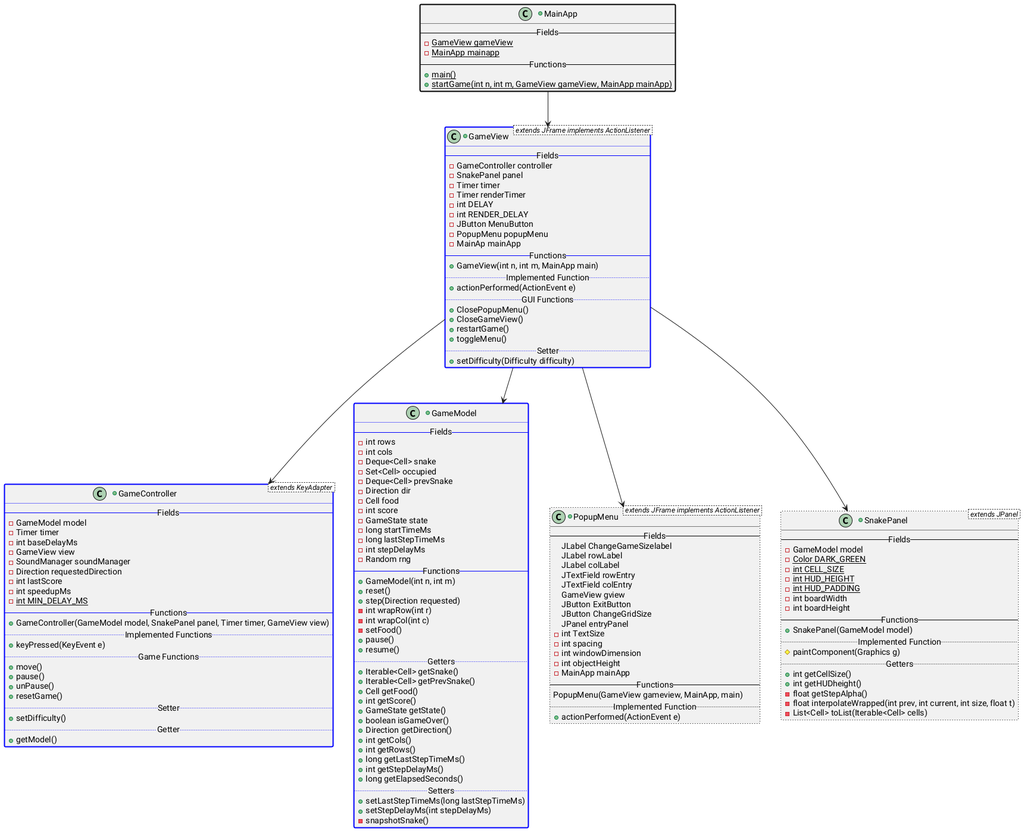
Before: ClassDiagram.png, a diagram exported from PlantUML (CamerJunker/Snake).
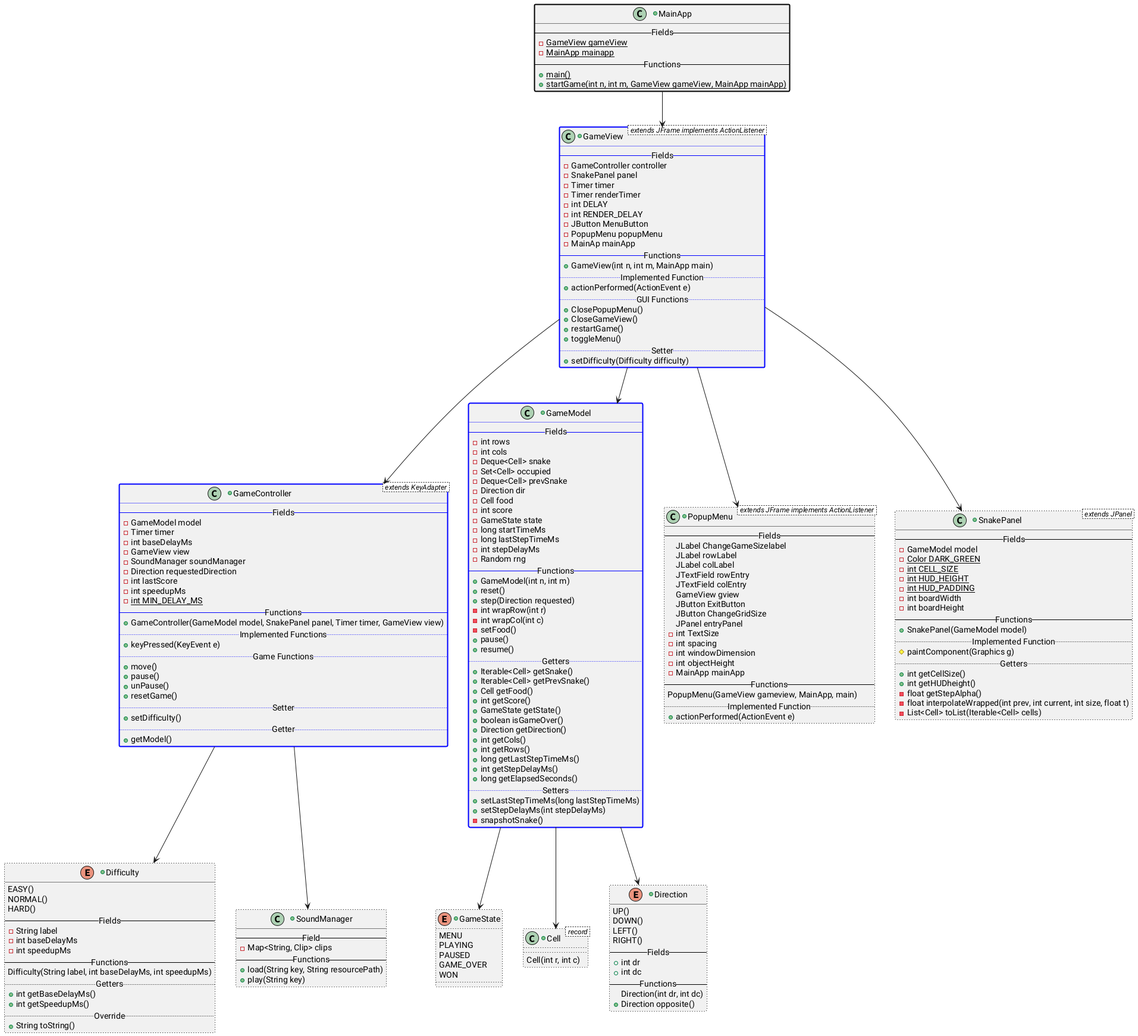
Later version of the same file.

The edit, as a diff of the source:
```diff
@@ -4,6 +4,11 @@
 GameView --> GameModel
 GameView --> PopupMenu
 GameView --> SnakePanel
+GameModel --> GameState
+GameModel --> Cell
+GameController --> Difficulty
+GameModel --> Direction
+GameController --> SoundManager
 
 +class MainApp ##[bold]black{
     -- Fields --
@@ -149,4 +154,56 @@
     +setStepDelayMs(int stepDelayMs)
     -snapshotSnake()
 }
+
++enum GameState ##[dotted]black {
+    MENU
+    PLAYING
+    PAUSED
+    GAME_OVER
+    WON
+}
+
++class Cell < record > ##[dotted]black {
+    Cell(int r, int c)
+}
+
++class SoundManager ##[dotted]black {
+    -- Field --
+    -Map<String, Clip> clips
+    -- Functions --
+    +load(String key, String resourcePath)
+    +play(String key)
+}
+
++enum Difficulty ##[dotted]black {
+    EASY()
+    NORMAL()
+    HARD()
+    -- Fields --
+    -String label
+    -int baseDelayMs
+    -int speedupMs
+    -- Functions --
+    Difficulty(String label, int baseDelayMs, int speedupMs)
+    .. Getters ..
+    +int getBaseDelayMs()
+    +int getSpeedupMs()
+    .. Override ..
+    +String toString()
+}
+
++enum Direction ##[dotted]black {
+    UP()
+    DOWN()
+    LEFT()
+    RIGHT()
+    -- Fields --
+    +int dr
+    +int dc
+    -- Functions --
+    Direction(int dr, int dc)
+    +Direction opposite()
+}
+
+
 @enduml
```
